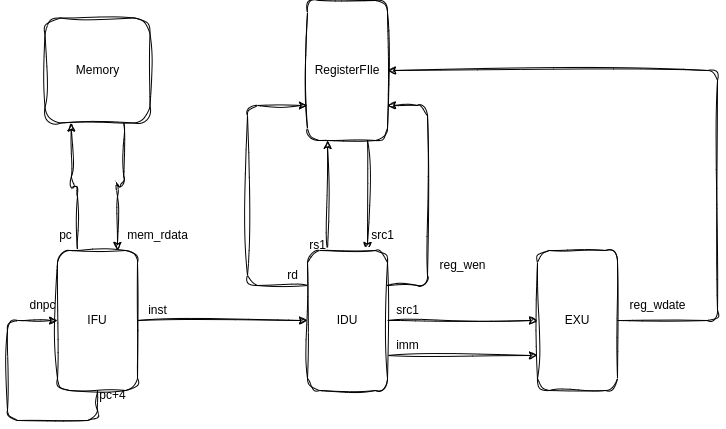
Earlier version of the draw.io export 04_12_RTL实现处理器/img/addi.drawio.png (ZDJeffrey/YSYX-Record). Source tidied: cells renumbered, new cells last; positions are measured from the earlier drawing's top-left corner, leaving out a move shared by most shapes. Source of this version:
```xml
<mxGraphModel>
  <root>
    <mxCell id="0" />
    <mxCell id="1" parent="0" />
    <mxCell id="2" style="edgeStyle=orthogonalEdgeStyle;html=1;exitX=0.75;exitY=1;exitDx=0;exitDy=0;entryX=0.75;entryY=0;entryDx=0;entryDy=0;sketch=1;curveFitting=1;jiggle=2;" parent="1" edge="1" source="3" target="9">
      <mxGeometry relative="1" as="geometry" />
    </mxCell>
    <mxCell id="3" value="RegisterFIle" style="rounded=1;whiteSpace=wrap;html=1;sketch=1;curveFitting=1;jiggle=2;" parent="1" vertex="1">
      <mxGeometry x="300" width="80" height="140" as="geometry" />
    </mxCell>
    <mxCell id="4" style="edgeStyle=orthogonalEdgeStyle;html=1;exitX=0.25;exitY=0;exitDx=0;exitDy=0;entryX=0.25;entryY=1;entryDx=0;entryDy=0;sketch=1;curveFitting=1;jiggle=2;" parent="1" edge="1" source="9" target="3">
      <mxGeometry relative="1" as="geometry" />
    </mxCell>
    <mxCell id="5" style="edgeStyle=orthogonalEdgeStyle;html=1;exitX=1;exitY=0.25;exitDx=0;exitDy=0;entryX=1;entryY=0.75;entryDx=0;entryDy=0;sketch=1;curveFitting=1;jiggle=2;" parent="1" edge="1" source="9" target="3">
      <mxGeometry relative="1" as="geometry">
        <Array as="points">
          <mxPoint x="420" y="285" />
          <mxPoint x="420" y="105" />
        </Array>
      </mxGeometry>
    </mxCell>
    <mxCell id="6" style="edgeStyle=orthogonalEdgeStyle;rounded=1;html=1;exitX=1;exitY=0.5;exitDx=0;exitDy=0;entryX=0;entryY=0.5;entryDx=0;entryDy=0;startArrow=none;startFill=0;elbow=vertical;sketch=1;curveFitting=1;jiggle=2;" parent="1" edge="1" source="9" target="14">
      <mxGeometry relative="1" as="geometry" />
    </mxCell>
    <mxCell id="7" style="edgeStyle=orthogonalEdgeStyle;rounded=1;html=1;exitX=1;exitY=0.75;exitDx=0;exitDy=0;entryX=0;entryY=0.75;entryDx=0;entryDy=0;startArrow=none;startFill=0;elbow=vertical;sketch=1;curveFitting=1;jiggle=2;" parent="1" edge="1" source="9" target="14">
      <mxGeometry relative="1" as="geometry" />
    </mxCell>
    <mxCell id="8" style="edgeStyle=orthogonalEdgeStyle;rounded=1;html=1;exitX=0;exitY=0.25;exitDx=0;exitDy=0;entryX=0;entryY=0.75;entryDx=0;entryDy=0;startArrow=none;startFill=0;elbow=vertical;sketch=1;curveFitting=1;jiggle=2;" parent="1" edge="1" source="9" target="3">
      <mxGeometry relative="1" as="geometry">
        <Array as="points">
          <mxPoint x="240" y="285" />
          <mxPoint x="240" y="105" />
        </Array>
      </mxGeometry>
    </mxCell>
    <mxCell id="9" value="IDU" style="rounded=1;whiteSpace=wrap;html=1;sketch=1;curveFitting=1;jiggle=2;" parent="1" vertex="1">
      <mxGeometry x="300" y="250" width="80" height="140" as="geometry" />
    </mxCell>
    <mxCell id="10" style="edgeStyle=orthogonalEdgeStyle;html=1;exitX=0.25;exitY=0;exitDx=0;exitDy=0;entryX=0.25;entryY=1;entryDx=0;entryDy=0;sketch=1;curveFitting=1;jiggle=2;" parent="1" edge="1" source="12" target="16">
      <mxGeometry relative="1" as="geometry" />
    </mxCell>
    <mxCell id="11" style="edgeStyle=orthogonalEdgeStyle;html=1;exitX=1;exitY=0.5;exitDx=0;exitDy=0;entryX=0;entryY=0.5;entryDx=0;entryDy=0;sketch=1;curveFitting=1;jiggle=2;" parent="1" edge="1" source="12" target="9">
      <mxGeometry relative="1" as="geometry" />
    </mxCell>
    <mxCell id="12" value="IFU" style="rounded=1;whiteSpace=wrap;html=1;sketch=1;curveFitting=1;jiggle=2;" parent="1" vertex="1">
      <mxGeometry x="50" y="250" width="80" height="140" as="geometry" />
    </mxCell>
    <mxCell id="13" style="edgeStyle=orthogonalEdgeStyle;rounded=1;html=1;exitX=1;exitY=0.5;exitDx=0;exitDy=0;entryX=1;entryY=0.5;entryDx=0;entryDy=0;startArrow=none;startFill=0;elbow=vertical;sketch=1;curveFitting=1;jiggle=2;" parent="1" edge="1" source="14" target="3">
      <mxGeometry relative="1" as="geometry">
        <Array as="points">
          <mxPoint x="710" y="320" />
          <mxPoint x="710" y="70" />
        </Array>
      </mxGeometry>
    </mxCell>
    <mxCell id="14" value="EXU" style="rounded=1;whiteSpace=wrap;html=1;sketch=1;curveFitting=1;jiggle=2;" parent="1" vertex="1">
      <mxGeometry x="530" y="250" width="80" height="140" as="geometry" />
    </mxCell>
    <mxCell id="15" style="edgeStyle=orthogonalEdgeStyle;html=1;exitX=0.75;exitY=1;exitDx=0;exitDy=0;entryX=0.75;entryY=0;entryDx=0;entryDy=0;sketch=1;curveFitting=1;jiggle=2;" parent="1" edge="1" source="16" target="12">
      <mxGeometry relative="1" as="geometry" />
    </mxCell>
    <mxCell id="16" value="Memory" style="whiteSpace=wrap;html=1;rounded=1;sketch=1;curveFitting=1;jiggle=2;" parent="1" vertex="1">
      <mxGeometry x="37.5" y="17.5" width="105" height="105" as="geometry" />
    </mxCell>
    <mxCell id="17" value="pc" style="text;html=1;align=center;verticalAlign=middle;rounded=1;sketch=1;curveFitting=1;jiggle=2;" parent="1" vertex="1">
      <mxGeometry x="37.5" y="220" width="40" height="30" as="geometry" />
    </mxCell>
    <mxCell id="18" value="mem_rdata" style="text;html=1;align=center;verticalAlign=middle;rounded=1;sketch=1;curveFitting=1;jiggle=2;" parent="1" vertex="1">
      <mxGeometry x="110" y="220" width="80" height="30" as="geometry" />
    </mxCell>
    <mxCell id="19" value="inst" style="text;html=1;align=center;verticalAlign=middle;rounded=1;sketch=1;curveFitting=1;jiggle=2;arcSize=7;rotation=0;" parent="1" vertex="1">
      <mxGeometry x="130" y="295" width="40" height="30" as="geometry" />
    </mxCell>
    <mxCell id="20" value="rs1" style="text;html=1;align=center;verticalAlign=middle;rounded=1;sketch=1;curveFitting=1;jiggle=2;" parent="1" vertex="1">
      <mxGeometry x="290" y="230" width="40" height="30" as="geometry" />
    </mxCell>
    <mxCell id="21" value="src1" style="text;html=1;align=center;verticalAlign=middle;rounded=1;sketch=1;curveFitting=1;jiggle=2;" parent="1" vertex="1">
      <mxGeometry x="350" y="220" width="50" height="30" as="geometry" />
    </mxCell>
    <mxCell id="22" value="reg_wen" style="text;html=1;align=center;verticalAlign=middle;rounded=1;sketch=1;curveFitting=1;jiggle=2;" parent="1" vertex="1">
      <mxGeometry x="420" y="250" width="70" height="30" as="geometry" />
    </mxCell>
    <mxCell id="23" style="edgeStyle=orthogonalEdgeStyle;html=1;exitX=0.5;exitY=1;exitDx=0;exitDy=0;startArrow=none;startFill=0;rounded=1;elbow=vertical;sketch=1;curveFitting=1;jiggle=2;" parent="1" edge="1" source="12">
      <mxGeometry relative="1" as="geometry">
        <mxPoint x="50" y="320" as="targetPoint" />
        <Array as="points">
          <mxPoint x="90" y="420" />
          <mxPoint y="420" />
          <mxPoint y="320" />
        </Array>
      </mxGeometry>
    </mxCell>
    <mxCell id="24" value="pc+4" style="text;html=1;align=center;verticalAlign=middle;rounded=1;sketch=1;curveFitting=1;jiggle=2;" parent="1" vertex="1">
      <mxGeometry x="80" y="380" width="50" height="30" as="geometry" />
    </mxCell>
    <mxCell id="25" value="dnpc" style="text;html=1;align=center;verticalAlign=middle;rounded=1;sketch=1;curveFitting=1;jiggle=2;" parent="1" vertex="1">
      <mxGeometry x="10" y="290" width="50" height="30" as="geometry" />
    </mxCell>
    <mxCell id="26" value="src1" style="text;html=1;align=center;verticalAlign=middle;rounded=1;sketch=1;curveFitting=1;jiggle=2;" parent="1" vertex="1">
      <mxGeometry x="375" y="295" width="50" height="30" as="geometry" />
    </mxCell>
    <mxCell id="27" value="imm" style="text;html=1;align=center;verticalAlign=middle;rounded=1;sketch=1;curveFitting=1;jiggle=2;" parent="1" vertex="1">
      <mxGeometry x="375" y="330" width="50" height="30" as="geometry" />
    </mxCell>
    <mxCell id="28" value="reg_wdate" style="text;html=1;align=center;verticalAlign=middle;rounded=1;sketch=1;curveFitting=1;jiggle=2;" parent="1" vertex="1">
      <mxGeometry x="610" y="290" width="80" height="30" as="geometry" />
    </mxCell>
    <mxCell id="29" value="rd" style="text;html=1;align=center;verticalAlign=middle;rounded=1;sketch=1;curveFitting=1;jiggle=2;" parent="1" vertex="1">
      <mxGeometry x="270" y="260" width="30" height="30" as="geometry" />
    </mxCell>
  </root>
</mxGraphModel>
```
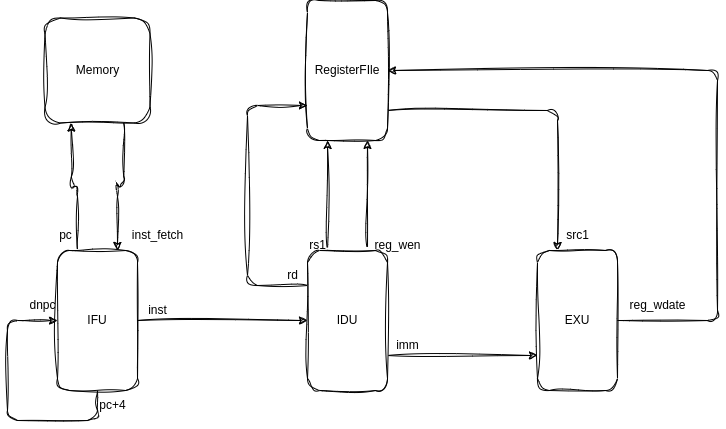
The same file after the commit.

Change to the diagram source:
```diff
@@ -2,8 +2,10 @@
   <root>
     <mxCell id="0" />
     <mxCell id="1" parent="0" />
-    <mxCell id="2" style="edgeStyle=orthogonalEdgeStyle;html=1;exitX=0.75;exitY=1;exitDx=0;exitDy=0;entryX=0.75;entryY=0;entryDx=0;entryDy=0;sketch=1;curveFitting=1;jiggle=2;" parent="1" edge="1" source="3" target="9">
-      <mxGeometry relative="1" as="geometry" />
+    <mxCell id="2" style="edgeStyle=orthogonalEdgeStyle;html=1;entryX=0.25;entryY=0;entryDx=0;entryDy=0;sketch=1;curveFitting=1;jiggle=2;" parent="1" edge="1" target="14">
+      <mxGeometry relative="1" as="geometry">
+        <mxPoint x="380" y="110" as="sourcePoint" />
+      </mxGeometry>
     </mxCell>
     <mxCell id="3" value="RegisterFIle" style="rounded=1;whiteSpace=wrap;html=1;sketch=1;curveFitting=1;jiggle=2;" parent="1" vertex="1">
       <mxGeometry x="300" width="80" height="140" as="geometry" />
@@ -11,17 +13,6 @@
     <mxCell id="4" style="edgeStyle=orthogonalEdgeStyle;html=1;exitX=0.25;exitY=0;exitDx=0;exitDy=0;entryX=0.25;entryY=1;entryDx=0;entryDy=0;sketch=1;curveFitting=1;jiggle=2;" parent="1" edge="1" source="9" target="3">
       <mxGeometry relative="1" as="geometry" />
     </mxCell>
-    <mxCell id="5" style="edgeStyle=orthogonalEdgeStyle;html=1;exitX=1;exitY=0.25;exitDx=0;exitDy=0;entryX=1;entryY=0.75;entryDx=0;entryDy=0;sketch=1;curveFitting=1;jiggle=2;" parent="1" edge="1" source="9" target="3">
-      <mxGeometry relative="1" as="geometry">
-        <Array as="points">
-          <mxPoint x="420" y="285" />
-          <mxPoint x="420" y="105" />
-        </Array>
-      </mxGeometry>
-    </mxCell>
-    <mxCell id="6" style="edgeStyle=orthogonalEdgeStyle;rounded=1;html=1;exitX=1;exitY=0.5;exitDx=0;exitDy=0;entryX=0;entryY=0.5;entryDx=0;entryDy=0;startArrow=none;startFill=0;elbow=vertical;sketch=1;curveFitting=1;jiggle=2;" parent="1" edge="1" source="9" target="14">
-      <mxGeometry relative="1" as="geometry" />
-    </mxCell>
     <mxCell id="7" style="edgeStyle=orthogonalEdgeStyle;rounded=1;html=1;exitX=1;exitY=0.75;exitDx=0;exitDy=0;entryX=0;entryY=0.75;entryDx=0;entryDy=0;startArrow=none;startFill=0;elbow=vertical;sketch=1;curveFitting=1;jiggle=2;" parent="1" edge="1" source="9" target="14">
       <mxGeometry relative="1" as="geometry" />
     </mxCell>
@@ -33,6 +24,9 @@
         </Array>
       </mxGeometry>
     </mxCell>
+    <mxCell id="5" style="edgeStyle=none;sketch=1;hachureGap=4;jiggle=2;curveFitting=1;html=1;exitX=0.75;exitY=0;exitDx=0;exitDy=0;entryX=0.75;entryY=1;entryDx=0;entryDy=0;fontFamily=Architects Daughter;fontSource=https%3A%2F%2Ffonts.googleapis.com%2Fcss%3Ffamily%3DArchitects%2BDaughter;fontSize=16;" parent="1" edge="1" source="9" target="3">
+      <mxGeometry relative="1" as="geometry" />
+    </mxCell>
     <mxCell id="9" value="IDU" style="rounded=1;whiteSpace=wrap;html=1;sketch=1;curveFitting=1;jiggle=2;" parent="1" vertex="1">
       <mxGeometry x="300" y="250" width="80" height="140" as="geometry" />
     </mxCell>
@@ -65,8 +59,8 @@
     <mxCell id="17" value="pc" style="text;html=1;align=center;verticalAlign=middle;rounded=1;sketch=1;curveFitting=1;jiggle=2;" parent="1" vertex="1">
       <mxGeometry x="37.5" y="220" width="40" height="30" as="geometry" />
     </mxCell>
-    <mxCell id="18" value="mem_rdata" style="text;html=1;align=center;verticalAlign=middle;rounded=1;sketch=1;curveFitting=1;jiggle=2;" parent="1" vertex="1">
-      <mxGeometry x="110" y="220" width="80" height="30" as="geometry" />
+    <mxCell id="18" value="inst_fetch" style="text;html=1;align=center;verticalAlign=middle;rounded=1;sketch=1;curveFitting=1;jiggle=2;" parent="1" vertex="1">
+      <mxGeometry x="115" y="220" width="70" height="30" as="geometry" />
     </mxCell>
     <mxCell id="19" value="inst" style="text;html=1;align=center;verticalAlign=middle;rounded=1;sketch=1;curveFitting=1;jiggle=2;arcSize=7;rotation=0;" parent="1" vertex="1">
       <mxGeometry x="130" y="295" width="40" height="30" as="geometry" />
@@ -75,10 +69,10 @@
       <mxGeometry x="290" y="230" width="40" height="30" as="geometry" />
     </mxCell>
     <mxCell id="21" value="src1" style="text;html=1;align=center;verticalAlign=middle;rounded=1;sketch=1;curveFitting=1;jiggle=2;" parent="1" vertex="1">
-      <mxGeometry x="350" y="220" width="50" height="30" as="geometry" />
+      <mxGeometry x="545" y="220" width="50" height="30" as="geometry" />
     </mxCell>
     <mxCell id="22" value="reg_wen" style="text;html=1;align=center;verticalAlign=middle;rounded=1;sketch=1;curveFitting=1;jiggle=2;" parent="1" vertex="1">
-      <mxGeometry x="420" y="250" width="70" height="30" as="geometry" />
+      <mxGeometry x="355" y="230" width="70" height="30" as="geometry" />
     </mxCell>
     <mxCell id="23" style="edgeStyle=orthogonalEdgeStyle;html=1;exitX=0.5;exitY=1;exitDx=0;exitDy=0;startArrow=none;startFill=0;rounded=1;elbow=vertical;sketch=1;curveFitting=1;jiggle=2;" parent="1" edge="1" source="12">
       <mxGeometry relative="1" as="geometry">
@@ -91,14 +85,11 @@
       </mxGeometry>
     </mxCell>
     <mxCell id="24" value="pc+4" style="text;html=1;align=center;verticalAlign=middle;rounded=1;sketch=1;curveFitting=1;jiggle=2;" parent="1" vertex="1">
-      <mxGeometry x="80" y="380" width="50" height="30" as="geometry" />
+      <mxGeometry x="80" y="390" width="50" height="30" as="geometry" />
     </mxCell>
     <mxCell id="25" value="dnpc" style="text;html=1;align=center;verticalAlign=middle;rounded=1;sketch=1;curveFitting=1;jiggle=2;" parent="1" vertex="1">
       <mxGeometry x="10" y="290" width="50" height="30" as="geometry" />
     </mxCell>
-    <mxCell id="26" value="src1" style="text;html=1;align=center;verticalAlign=middle;rounded=1;sketch=1;curveFitting=1;jiggle=2;" parent="1" vertex="1">
-      <mxGeometry x="375" y="295" width="50" height="30" as="geometry" />
-    </mxCell>
     <mxCell id="27" value="imm" style="text;html=1;align=center;verticalAlign=middle;rounded=1;sketch=1;curveFitting=1;jiggle=2;" parent="1" vertex="1">
       <mxGeometry x="375" y="330" width="50" height="30" as="geometry" />
     </mxCell>
```
